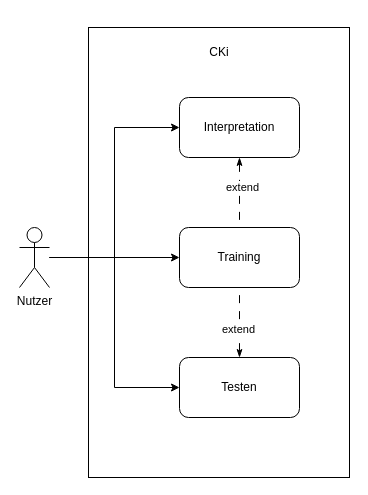
This is Analyse/Diagramme/Use-Case-Diagramm.drawio from MrS-E/CKi, a draw.io file, before an edit. Source tidied: cells renumbered, new cells numbered last; positions are measured from the earlier drawing's top-left corner, leaving out a move shared by most shapes. Both pictures are drawn from the tidied source at 100%, with x=0, y=0 at pixel (19, 27).
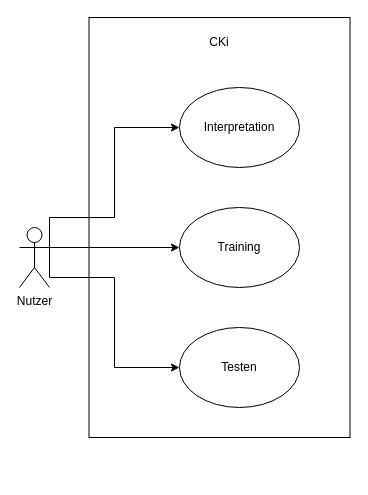
The same diagram, later.

Change to the diagram source:
```diff
@@
 <mxGraphModel>
   <root>
     <mxCell id="0" />
     <mxCell id="1" parent="0" />
-    <mxCell id="2" style="rounded=0;whiteSpace=wrap;html=1;" parent="1" vertex="1">
-      <mxGeometry x="69" width="261" height="450" as="geometry" />
-    </mxCell>
+    <mxCell id="15" style="rounded=0;whiteSpace=wrap;html=1;" parent="1" vertex="1">
+      <mxGeometry x="69.5" y="-10" width="261" height="420" as="geometry" />
+    </mxCell>
-    <mxCell id="3" style="edgeStyle=orthogonalEdgeStyle;rounded=0;jettySize=auto;html=1;entryX=0;entryY=0.5;entryDx=0;entryDy=0;" parent="1" edge="1" source="6" target="7">
-      <mxGeometry relative="1" as="geometry" />
+    <mxCell id="3" style="edgeStyle=orthogonalEdgeStyle;rounded=0;jettySize=auto;html=1;entryX=0;entryY=0.5;entryDx=0;entryDy=0;exitX=1;exitY=0.3333333333333333;exitDx=0;exitDy=0;exitPerimeter=0;" parent="1" edge="1" source="6" target="7">
+      <mxGeometry relative="1" as="geometry">
+        <Array as="points">
+          <mxPoint x="30" y="190" />
+          <mxPoint x="95" y="190" />
+          <mxPoint x="95" y="100" />
+        </Array>
+      </mxGeometry>
     </mxCell>
-    <mxCell id="4" style="edgeStyle=orthogonalEdgeStyle;rounded=0;jettySize=auto;html=1;" parent="1" edge="1" source="6" target="8">
+    <mxCell id="4" style="edgeStyle=orthogonalEdgeStyle;rounded=0;jettySize=auto;html=1;exitX=1;exitY=0.3333333333333333;exitDx=0;exitDy=0;exitPerimeter=0;entryX=0;entryY=0.5;entryDx=0;entryDy=0;" parent="1" edge="1" source="6" target="8">
       <mxGeometry relative="1" as="geometry" />
     </mxCell>
-    <mxCell id="5" style="edgeStyle=orthogonalEdgeStyle;rounded=0;jettySize=auto;html=1;entryX=0;entryY=0.5;entryDx=0;entryDy=0;" parent="1" edge="1" source="6" target="11">
-      <mxGeometry relative="1" as="geometry" />
+    <mxCell id="5" style="edgeStyle=orthogonalEdgeStyle;rounded=0;jettySize=auto;html=1;entryX=0;entryY=0.5;entryDx=0;entryDy=0;exitX=1;exitY=0.3333333333333333;exitDx=0;exitDy=0;exitPerimeter=0;" parent="1" edge="1" source="6" target="11">
+      <mxGeometry relative="1" as="geometry">
+        <Array as="points">
+          <mxPoint x="30" y="250" />
+          <mxPoint x="95" y="250" />
+          <mxPoint x="95" y="340" />
+        </Array>
+      </mxGeometry>
     </mxCell>
     <mxCell id="6" value="Nutzer" style="shape=umlActor;verticalLabelPosition=bottom;verticalAlign=top;html=1;outlineConnect=0;" parent="1" vertex="1">
       <mxGeometry y="200" width="30" height="60" as="geometry" />
     </mxCell>
+    <mxCell id="14" value="CKi" style="text;html=1;strokeColor=none;fillColor=none;align=center;verticalAlign=middle;whiteSpace=wrap;rounded=0;" parent="1" vertex="1">
+      <mxGeometry x="170" width="60" height="30" as="geometry" />
+    </mxCell>
+    <mxCell id="16" style="edgeStyle=orthogonalEdgeStyle;rounded=0;orthogonalLoop=1;jettySize=auto;html=1;exitX=0.5;exitY=1;exitDx=0;exitDy=0;" parent="1" edge="1" source="15" target="15">
+      <mxGeometry relative="1" as="geometry" />
+    </mxCell>
-    <mxCell id="7" value="Interpretation" style="rounded=1;whiteSpace=wrap;html=1;" parent="1" vertex="1">
-      <mxGeometry x="160" y="70" width="120" height="60" as="geometry" />
+    <mxCell id="7" value="Interpretation" style="ellipse;whiteSpace=wrap;html=1;" parent="1" vertex="1">
+      <mxGeometry x="160" y="60" width="120" height="80" as="geometry" />
     </mxCell>
-    <mxCell id="8" value="Training" style="rounded=1;whiteSpace=wrap;html=1;" parent="1" vertex="1">
-      <mxGeometry x="160" y="200" width="120" height="60" as="geometry" />
+    <mxCell id="8" value="Training" style="ellipse;whiteSpace=wrap;html=1;" parent="1" vertex="1">
+      <mxGeometry x="160" y="180" width="120" height="80" as="geometry" />
     </mxCell>
-    <mxCell id="9" style="edgeStyle=orthogonalEdgeStyle;rounded=0;jettySize=auto;html=1;entryX=0.5;entryY=1;entryDx=0;entryDy=0;dashed=1;dashPattern=8 8;startArrow=classicThin;startFill=1;endArrow=none;endFill=0;" parent="1" edge="1" source="11" target="8">
-      <mxGeometry relative="1" as="geometry" />
-    </mxCell>
-    <mxCell id="10" value="extend" style="edgeLabel;html=1;align=center;verticalAlign=middle;" parent="9" vertex="1">
-      <mxGeometry x="-0.17" y="2" relative="1" as="geometry" />
-    </mxCell>
-    <mxCell id="11" value="Testen" style="rounded=1;whiteSpace=wrap;html=1;" parent="1" vertex="1">
-      <mxGeometry x="160" y="330" width="120" height="60" as="geometry" />
+    <mxCell id="11" value="&lt;div&gt;Testen&lt;/div&gt;" style="ellipse;whiteSpace=wrap;html=1;" parent="1" vertex="1">
+      <mxGeometry x="160" y="300" width="120" height="80" as="geometry" />
     </mxCell>
-    <mxCell id="12" style="edgeStyle=orthogonalEdgeStyle;rounded=0;jettySize=auto;html=1;entryX=0.5;entryY=0;entryDx=0;entryDy=0;dashed=1;dashPattern=8 8;startArrow=classicThin;startFill=1;endArrow=none;endFill=0;exitX=0.5;exitY=1;exitDx=0;exitDy=0;" parent="1" edge="1" source="7" target="8">
-      <mxGeometry relative="1" as="geometry" />
-    </mxCell>
-    <mxCell id="13" value="extend" style="edgeLabel;html=1;align=center;verticalAlign=middle;" parent="12" vertex="1">
-      <mxGeometry x="-0.17" y="2" relative="1" as="geometry" />
-    </mxCell>
-    <mxCell id="14" value="CKi" style="text;html=1;strokeColor=none;fillColor=none;align=center;verticalAlign=middle;whiteSpace=wrap;rounded=0;" parent="1" vertex="1">
-      <mxGeometry x="170" y="10" width="60" height="30" as="geometry" />
-    </mxCell>
   </root>
 </mxGraphModel>
```
